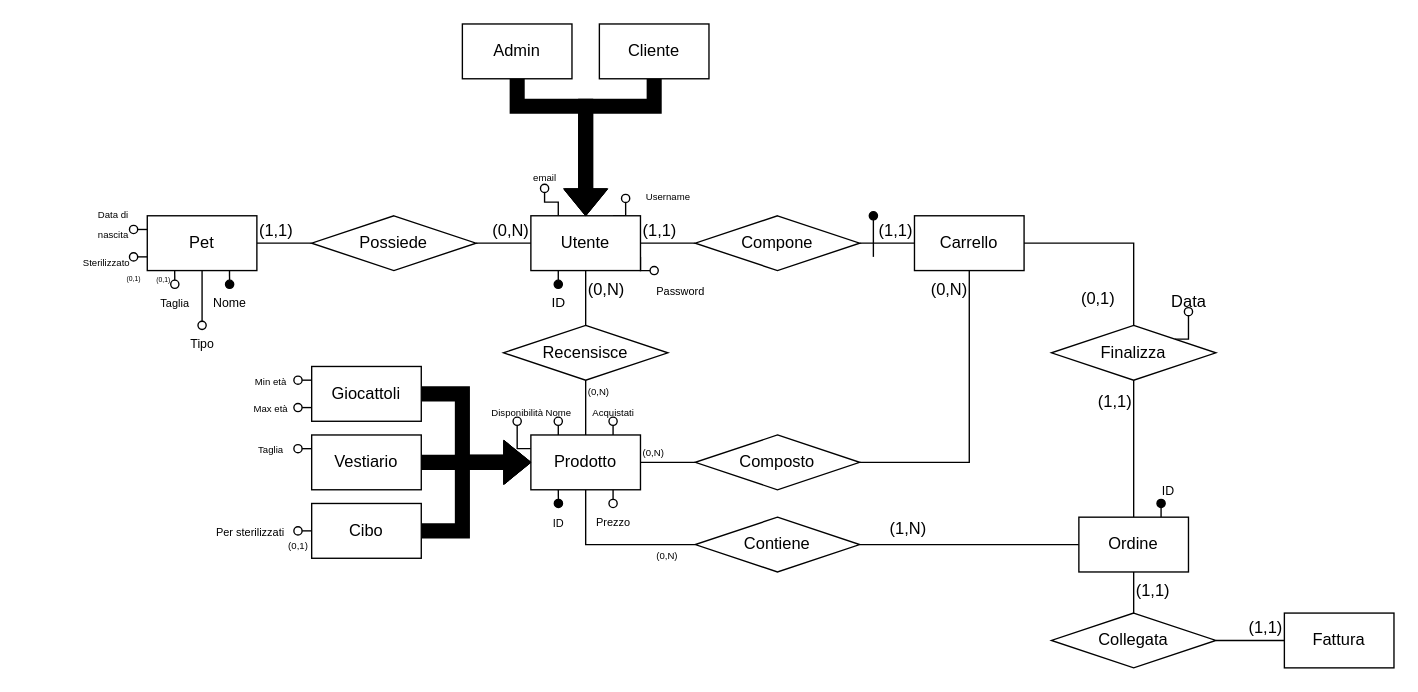
This is Documenti/DrawIo&Images/DarwinShop.drawio from NumberZeroo/TSW_Proj, a draw.io file, before an edit. Source tidied: cells renumbered, new cells numbered last; positions are measured from the earlier drawing's top-left corner, leaving out a move shared by most shapes. Both pictures are drawn from the tidied source at 137%, with x=0, y=0 at pixel (23, 23).
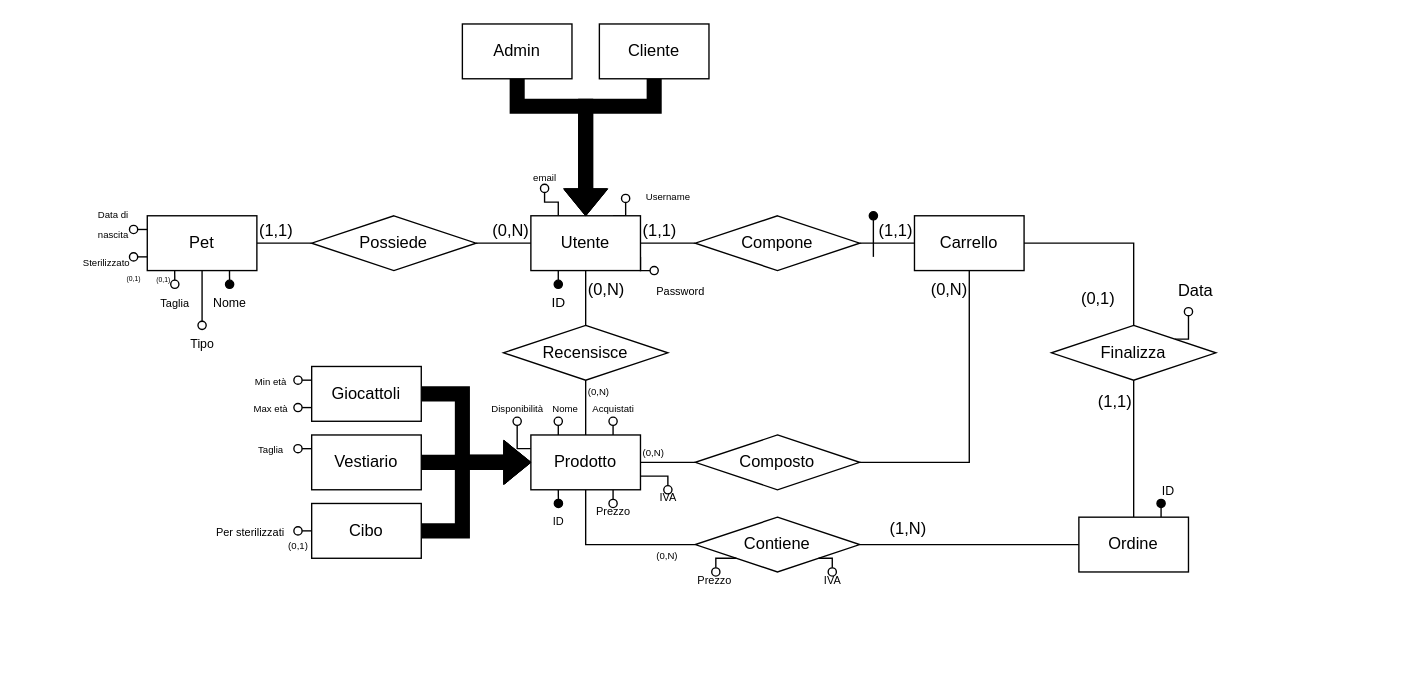
After the change.

Unchanged cells that the change refers to:
```xml
<mxCell id="35" value="Prodotto" style="whiteSpace=wrap;html=1;align=center;" parent="1" vertex="1">
  <mxGeometry x="370" y="300" width="80" height="40" as="geometry" />
</mxCell>
<mxCell id="53" value="Ordine" style="whiteSpace=wrap;html=1;align=center;" parent="1" vertex="1">
  <mxGeometry x="770" y="360" width="80" height="40" as="geometry" />
</mxCell>
<mxCell id="71" value="Contiene" style="shape=rhombus;perimeter=rhombusPerimeter;whiteSpace=wrap;html=1;align=center;" parent="1" vertex="1">
  <mxGeometry x="490" y="360" width="120" height="40" as="geometry" />
</mxCell>
```

What changed in the source:
```diff
@@
+    <mxCell id="97" style="edgeStyle=orthogonalEdgeStyle;rounded=0;jettySize=auto;html=1;exitX=1;exitY=0.75;exitDx=0;exitDy=0;endArrow=oval;endFill=0;" parent="1" edge="1" source="35">
+      <mxGeometry relative="1" as="geometry">
+        <mxPoint x="470" y="340" as="targetPoint" />
+      </mxGeometry>
+    </mxCell>
@@
-    <mxCell id="55" style="edgeStyle=orthogonalEdgeStyle;rounded=0;jettySize=auto;html=1;endArrow=none;endFill=0;" parent="1" edge="1" source="56" target="58">
-      <mxGeometry relative="1" as="geometry" />
-    </mxCell>
-    <mxCell id="56" value="Fattura" style="whiteSpace=wrap;html=1;align=center;" parent="1" vertex="1">
-      <mxGeometry x="920" y="430" width="80" height="40" as="geometry" />
-    </mxCell>
-    <mxCell id="57" style="edgeStyle=orthogonalEdgeStyle;rounded=0;jettySize=auto;html=1;endArrow=none;endFill=0;" parent="1" edge="1" source="58" target="53">
-      <mxGeometry relative="1" as="geometry" />
-    </mxCell>
-    <mxCell id="58" value="Collegata" style="shape=rhombus;perimeter=rhombusPerimeter;whiteSpace=wrap;html=1;align=center;" parent="1" vertex="1">
-      <mxGeometry x="750" y="430" width="120" height="40" as="geometry" />
-    </mxCell>
@@
-    <mxCell id="69" value="(1,1)" style="text;html=1;align=left;verticalAlign=top;strokeColor=none;fillColor=none;" parent="1" vertex="1">
-      <mxGeometry x="810" y="400" width="50" height="30" as="geometry" />
-    </mxCell>
-    <mxCell id="70" value="(1,1)" style="text;html=1;align=right;verticalAlign=bottom;strokeColor=none;fillColor=none;" parent="1" vertex="1">
-      <mxGeometry x="870" y="420" width="50" height="30" as="geometry" />
-    </mxCell>
@@
     <mxCell id="82" value="&lt;font style=&quot;font-size: 8px;&quot;&gt;ID&lt;/font&gt;" style="text;html=1;align=center;verticalAlign=top;strokeColor=none;fillColor=none;" parent="1" vertex="1">
-      <mxGeometry x="375" y="350" width="30" height="30" as="geometry" />
+      <mxGeometry x="375" y="348" width="30" height="30" as="geometry" />
     </mxCell>
     <mxCell id="83" value="&lt;font style=&quot;font-size: 7px;&quot;&gt;Nome&lt;/font&gt;" style="text;html=1;align=center;verticalAlign=middle;strokeColor=none;fillColor=none;" parent="1" vertex="1">
-      <mxGeometry x="370" y="268" width="40" height="30" as="geometry" />
+      <mxGeometry x="375" y="265" width="40" height="30" as="geometry" />
     </mxCell>
     <mxCell id="84" value="&lt;font style=&quot;font-size: 7px;&quot;&gt;Disponibilità&lt;/font&gt;" style="text;html=1;align=center;verticalAlign=middle;strokeColor=none;fillColor=none;" parent="1" vertex="1">
-      <mxGeometry x="330" y="268" width="60" height="30" as="geometry" />
+      <mxGeometry x="330" y="265" width="60" height="30" as="geometry" />
     </mxCell>
     <mxCell id="85" value="&lt;font style=&quot;font-size: 7px;&quot;&gt;Acquistati&lt;/font&gt;" style="text;html=1;align=center;verticalAlign=middle;strokeColor=none;fillColor=none;" parent="1" vertex="1">
-      <mxGeometry x="405" y="268" width="50" height="30" as="geometry" />
+      <mxGeometry x="405" y="265" width="50" height="30" as="geometry" />
     </mxCell>
@@
     <mxCell id="94" value="&lt;font style=&quot;font-size: 8px;&quot;&gt;Prezzo&lt;/font&gt;" style="text;html=1;align=center;verticalAlign=middle;strokeColor=none;fillColor=none;" parent="1" vertex="1">
-      <mxGeometry x="405" y="348" width="50" height="30" as="geometry" />
+      <mxGeometry x="405" y="340" width="50" height="30" as="geometry" />
     </mxCell>
     <mxCell id="95" value="Data" style="text;html=1;align=center;verticalAlign=middle;strokeColor=none;fillColor=none;" parent="1" vertex="1">
-      <mxGeometry x="825" y="188" width="50" height="30" as="geometry" />
+      <mxGeometry x="830" y="180" width="50" height="30" as="geometry" />
     </mxCell>
@@
+    <mxCell id="98" value="&lt;font style=&quot;font-size: 8px;&quot;&gt;IVA&lt;/font&gt;" style="text;html=1;align=center;verticalAlign=middle;strokeColor=none;fillColor=none;" parent="1" vertex="1">
+      <mxGeometry x="450" y="330" width="40" height="30" as="geometry" />
+    </mxCell>
+    <mxCell id="99" style="edgeStyle=orthogonalEdgeStyle;rounded=0;jettySize=auto;html=1;exitX=0;exitY=1;exitDx=0;exitDy=0;endArrow=oval;endFill=0;" parent="1" edge="1" source="71">
+      <mxGeometry relative="1" as="geometry">
+        <mxPoint x="505" y="400" as="targetPoint" />
+        <Array as="points">
+          <mxPoint x="505" y="390" />
+        </Array>
+      </mxGeometry>
+    </mxCell>
+    <mxCell id="100" style="edgeStyle=orthogonalEdgeStyle;rounded=0;jettySize=auto;html=1;exitX=1;exitY=1;exitDx=0;exitDy=0;entryX=0.75;entryY=0.5;entryDx=0;entryDy=0;entryPerimeter=0;endArrow=oval;endFill=0;" parent="1" edge="1" source="71">
+      <mxGeometry relative="1" as="geometry">
+        <mxPoint x="590" y="400" as="targetPoint" />
+      </mxGeometry>
+    </mxCell>
+    <mxCell id="101" value="&lt;font style=&quot;font-size: 8px;&quot;&gt;IVA&lt;/font&gt;" style="text;html=1;align=center;verticalAlign=middle;strokeColor=none;fillColor=none;" parent="1" vertex="1">
+      <mxGeometry x="570" y="390" width="40" height="30" as="geometry" />
+    </mxCell>
+    <mxCell id="102" value="&lt;font style=&quot;font-size: 8px;&quot;&gt;Prezzo&lt;/font&gt;" style="text;html=1;align=left;verticalAlign=middle;strokeColor=none;fillColor=none;" parent="1" vertex="1">
+      <mxGeometry x="490" y="390" width="50" height="30" as="geometry" />
+    </mxCell>
```
